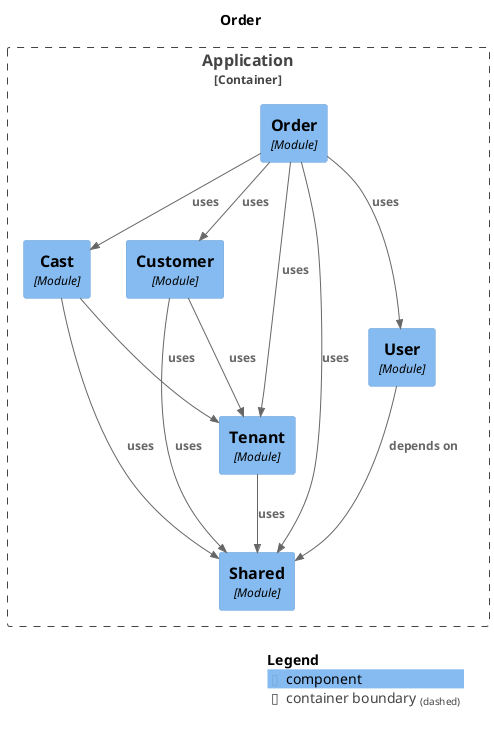
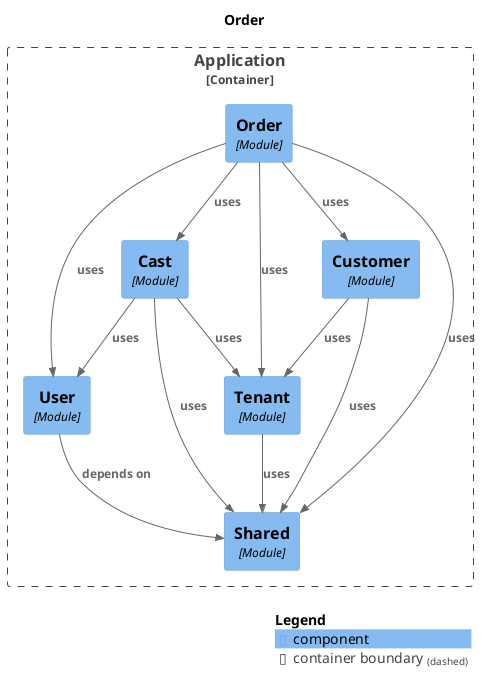
@startuml
set separator none
title Order

top to bottom direction

!include <C4/C4>
!include <C4/C4_Context>
!include <C4/C4_Component>

Container_Boundary("Application.Application_boundary", "Application", $tags="") {
  Component(Application.Application.Tenant, "Tenant", $techn="Module", $descr="", $tags="", $link="")
  Component(Application.Application.Cast, "Cast", $techn="Module", $descr="", $tags="", $link="")
  Component(Application.Application.Customer, "Customer", $techn="Module", $descr="", $tags="", $link="")
  Component(Application.Application.Order, "Order", $techn="Module", $descr="", $tags="", $link="")
  Component(Application.Application.Shared, "Shared", $techn="Module", $descr="", $tags="", $link="")
  Component(Application.Application.User, "User", $techn="Module", $descr="", $tags="", $link="")
}

+ Rel(Application.Application.User, Application.Application.Shared, "depends on", $techn="", $tags="", $link="")
+ Rel(Application.Application.Customer, Application.Application.Shared, "uses", $techn="", $tags="", $link="")
+ Rel(Application.Application.Customer, Application.Application.Tenant, "uses", $techn="", $tags="", $link="")
Rel(Application.Application.Order, Application.Application.Customer, "uses", $techn="", $tags="", $link="")
Rel(Application.Application.Order, Application.Application.Cast, "uses", $techn="", $tags="", $link="")
Rel(Application.Application.Order, Application.Application.User, "uses", $techn="", $tags="", $link="")
Rel(Application.Application.Order, Application.Application.Tenant, "uses", $techn="", $tags="", $link="")
Rel(Application.Application.Order, Application.Application.Shared, "uses", $techn="", $tags="", $link="")
+ Rel(Application.Application.Cast, Application.Application.User, "uses", $techn="", $tags="", $link="")
+ Rel(Application.Application.Cast, Application.Application.Tenant, "uses", $techn="", $tags="", $link="")
Rel(Application.Application.Cast, Application.Application.Shared, "uses", $techn="", $tags="", $link="")
- Rel(Application.Application.Cast, Application.Application.Tenant, "uses", $techn="", $tags="", $link="")
Rel(Application.Application.Tenant, Application.Application.Shared, "uses", $techn="", $tags="", $link="")
- Rel(Application.Application.Customer, Application.Application.Shared, "uses", $techn="", $tags="", $link="")
- Rel(Application.Application.Customer, Application.Application.Tenant, "uses", $techn="", $tags="", $link="")
- Rel(Application.Application.User, Application.Application.Shared, "depends on", $techn="", $tags="", $link="")

SHOW_LEGEND(true)
@enduml